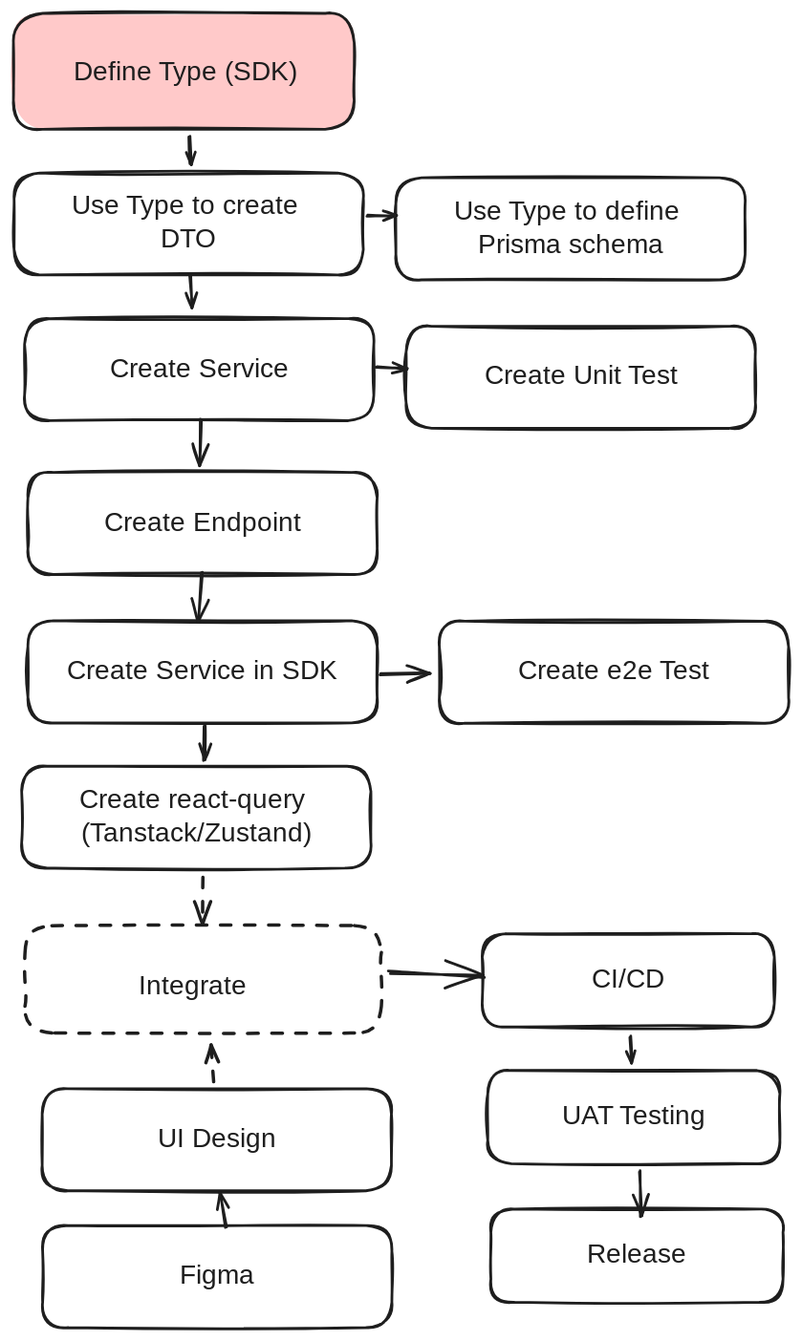
rumsan/libraries keeps this Excalidraw diagram as docs/diagrams/development.excalidraw.svg. Above is the earlier version. Source tidied: one line per element, renumbered; positions are measured from the earlier drawing's top-left corner, leaving out a move shared by most shapes.
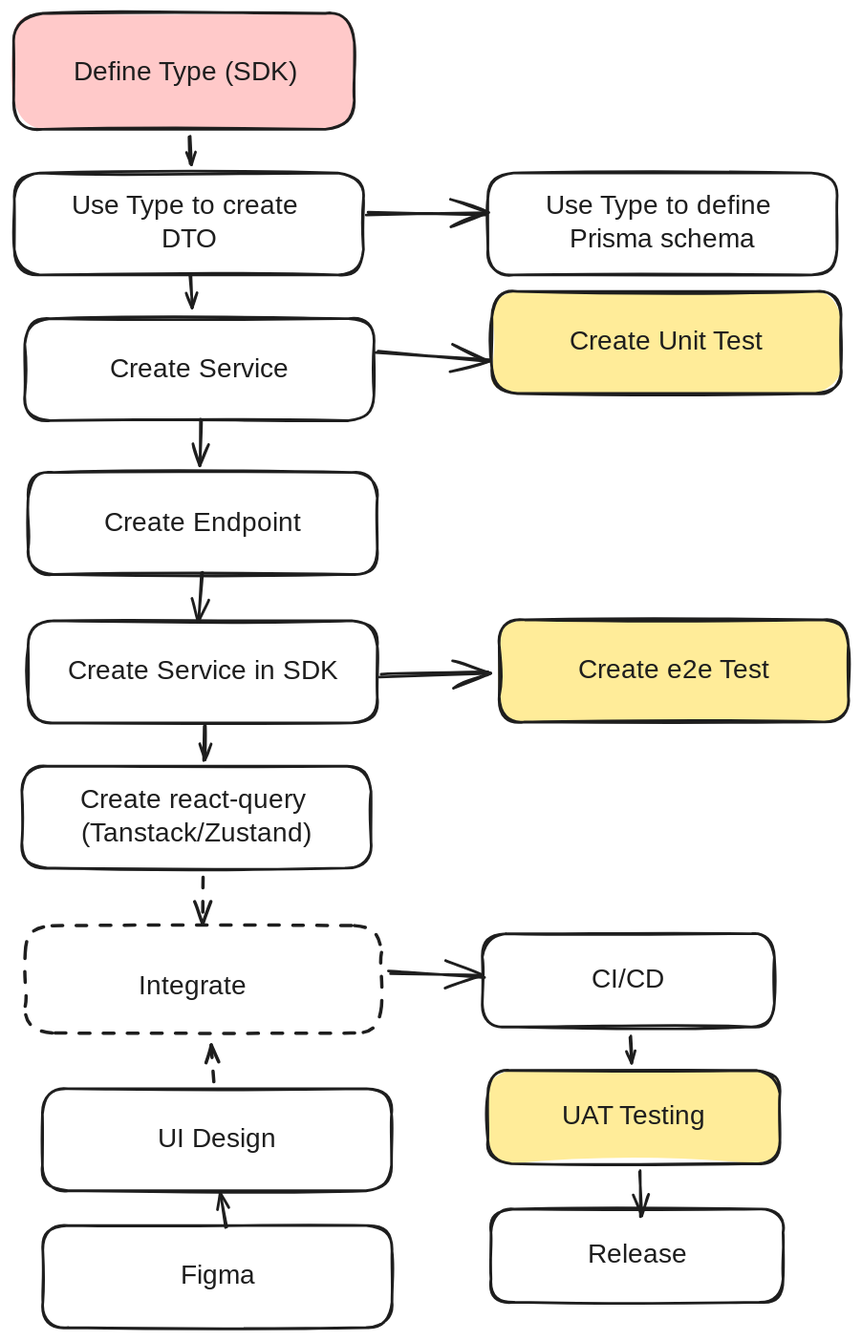
The same diagram one commit later.

Change to the diagram source:
```diff
@@ -4,14 +4,14 @@
 {"id": 3, "type": "text", "text": "Create Service", "strokeColor": "#1e1e1e", "strokeWidth": 2, "roughness": 1, "fontSize": 20, "fontFamily": 1, "textAlign": "center", "verticalAlign": "middle", "inside": 2, "x": 66, "y": 254, "width": 146, "height": 25}
 {"id": 4, "type": "rectangle", "strokeColor": "#1e1e1e", "strokeWidth": 2, "roughness": 1, "round": true, "x": 0, "y": 119, "width": 261, "height": 76}
 {"id": 5, "type": "text", "text": "Use Type to create \nDTO", "strokeColor": "#1e1e1e", "strokeWidth": 2, "roughness": 1, "fontSize": 20, "fontFamily": 1, "textAlign": "center", "verticalAlign": "middle", "inside": 4, "x": 26, "y": 133, "width": 210, "height": 50}
-{"id": 6, "type": "rectangle", "strokeColor": "#1e1e1e", "strokeWidth": 2, "roughness": 1, "round": true, "x": 286, "y": 123, "width": 261, "height": 76}
+{"id": 6, "type": "rectangle", "strokeColor": "#1e1e1e", "strokeWidth": 2, "roughness": 1, "round": true, "x": 354, "y": 119, "width": 261, "height": 76}
-{"id": 7, "type": "text", "text": "Use Type to define \nPrisma schema", "strokeColor": "#1e1e1e", "strokeWidth": 2, "roughness": 1, "fontSize": 20, "fontFamily": 1, "textAlign": "center", "verticalAlign": "middle", "inside": 6, "x": 316, "y": 136, "width": 201, "height": 50}
+{"id": 7, "type": "text", "text": "Use Type to define \nPrisma schema", "strokeColor": "#1e1e1e", "strokeWidth": 2, "roughness": 1, "fontSize": 20, "fontFamily": 1, "textAlign": "center", "verticalAlign": "middle", "inside": 6, "x": 384, "y": 133, "width": 201, "height": 50}
 {"id": 8, "type": "rectangle", "strokeColor": "#1e1e1e", "strokeWidth": 2, "roughness": 1, "round": true, "x": 11, "y": 343, "width": 261, "height": 76}
 {"id": 9, "type": "text", "text": "Create Endpoint", "strokeColor": "#1e1e1e", "strokeWidth": 2, "roughness": 1, "fontSize": 20, "fontFamily": 1, "textAlign": "center", "verticalAlign": "middle", "inside": 8, "x": 62, "y": 369, "width": 158, "height": 25}
-{"id": 10, "type": "rectangle", "strokeColor": "#1e1e1e", "strokeWidth": 2, "roughness": 1, "round": true, "x": 294, "y": 234, "width": 261, "height": 76}
+{"id": 10, "type": "rectangle", "strokeColor": "#1e1e1e", "backgroundColor": "#ffec99", "fillStyle": "solid", "strokeWidth": 2, "roughness": 1, "round": true, "x": 358, "y": 208, "width": 261, "height": 76}
-{"id": 11, "type": "text", "text": "Create Unit Test", "strokeColor": "#1e1e1e", "strokeWidth": 2, "roughness": 1, "fontSize": 20, "fontFamily": 1, "textAlign": "center", "verticalAlign": "middle", "inside": 10, "x": 336, "y": 260, "width": 176, "height": 25}
+{"id": 11, "type": "text", "text": "Create Unit Test", "strokeColor": "#1e1e1e", "strokeWidth": 2, "roughness": 1, "fontSize": 20, "fontFamily": 1, "textAlign": "center", "verticalAlign": "middle", "inside": 10, "x": 400, "y": 234, "width": 176, "height": 25}
-{"id": 12, "type": "rectangle", "strokeColor": "#1e1e1e", "strokeWidth": 2, "roughness": 1, "round": true, "x": 318, "y": 455, "width": 261, "height": 76}
+{"id": 12, "type": "rectangle", "strokeColor": "#1e1e1e", "backgroundColor": "#ffec99", "fillStyle": "solid", "strokeWidth": 2, "roughness": 1, "round": true, "x": 363, "y": 454, "width": 261, "height": 76}
-{"id": 13, "type": "text", "text": "Create e2e Test", "strokeColor": "#1e1e1e", "strokeWidth": 2, "roughness": 1, "fontSize": 20, "fontFamily": 1, "textAlign": "center", "verticalAlign": "middle", "inside": 12, "x": 362, "y": 480, "width": 173, "height": 25}
+{"id": 13, "type": "text", "text": "Create e2e Test", "strokeColor": "#1e1e1e", "strokeWidth": 2, "roughness": 1, "fontSize": 20, "fontFamily": 1, "textAlign": "center", "verticalAlign": "middle", "inside": 12, "x": 407, "y": 479, "width": 173, "height": 25}
 {"id": 14, "type": "rectangle", "strokeColor": "#1e1e1e", "strokeWidth": 2, "roughness": 1, "round": true, "x": 11, "y": 454, "width": 261, "height": 76}
 {"id": 15, "type": "text", "text": "Create Service in SDK", "strokeColor": "#1e1e1e", "strokeWidth": 2, "roughness": 1, "fontSize": 20, "fontFamily": 1, "textAlign": "center", "verticalAlign": "middle", "inside": 14, "x": 32, "y": 480, "width": 219, "height": 25}
 {"id": 16, "type": "rectangle", "strokeColor": "#1e1e1e", "strokeWidth": 2, "roughness": 1, "round": true, "x": 6, "y": 563, "width": 261, "height": 76}
@@ -26,16 +26,16 @@
 {"id": 25, "type": "arrow", "strokeColor": "#1e1e1e", "strokeWidth": 2, "roughness": 1, "endArrowhead": "arrow", "round": true, "to": 8, "x": 140, "y": 304, "width": 1, "height": 34, "points": [[0, 0], [-1, 34]]}
 {"id": 26, "type": "arrow", "strokeColor": "#1e1e1e", "strokeWidth": 2, "roughness": 1, "endArrowhead": "arrow", "round": true, "x": 141, "y": 418, "width": 2, "height": 37, "points": [[0, 0], [-2, 37]]}
 {"id": 27, "type": "arrow", "strokeColor": "#1e1e1e", "strokeWidth": 2, "roughness": 1, "endArrowhead": "arrow", "round": true, "from": 14, "to": 16, "x": 143, "y": 533, "width": 0, "height": 25, "points": [[0, 0], [0, 25]]}
-{"id": 28, "type": "arrow", "strokeColor": "#1e1e1e", "strokeWidth": 2, "roughness": 1, "endArrowhead": "arrow", "round": true, "from": 4, "to": 6, "x": 265, "y": 151, "width": 21, "height": 0, "points": [[0, 0], [21, 0]]}
+{"id": 28, "type": "arrow", "strokeColor": "#1e1e1e", "strokeWidth": 2, "roughness": 1, "endArrowhead": "arrow", "round": true, "from": 4, "to": 6, "x": 265, "y": 150, "width": 89, "height": 0, "points": [[0, 0], [89, 0]]}
-{"id": 29, "type": "arrow", "strokeColor": "#1e1e1e", "strokeWidth": 2, "roughness": 1, "endArrowhead": "arrow", "round": true, "from": 2, "x": 271, "y": 265, "width": 23, "height": 1, "points": [[0, 0], [23, 1]]}
+{"id": 29, "type": "arrow", "strokeColor": "#1e1e1e", "strokeWidth": 2, "roughness": 1, "endArrowhead": "arrow", "round": true, "from": 2, "to": 10, "x": 271, "y": 254, "width": 84, "height": 6, "points": [[0, 0], [84, 6]]}
-{"id": 30, "type": "arrow", "strokeColor": "#1e1e1e", "strokeWidth": 2, "roughness": 1, "endArrowhead": "arrow", "round": true, "from": 14, "to": 12, "x": 274, "y": 494, "width": 37, "height": 1, "points": [[0, 0], [37, -1]]}
+{"id": 30, "type": "arrow", "strokeColor": "#1e1e1e", "strokeWidth": 2, "roughness": 1, "endArrowhead": "arrow", "round": true, "from": 14, "to": 12, "x": 274, "y": 495, "width": 81, "height": 2, "points": [[0, 0], [81, -2]]}
 {"id": 31, "type": "rectangle", "strokeColor": "#1e1e1e", "strokeWidth": 2, "strokeStyle": "dashed", "roughness": 1, "round": true, "x": 9, "y": 682, "width": 266, "height": 80}
 {"id": 32, "type": "arrow", "strokeColor": "#1e1e1e", "strokeWidth": 2, "strokeStyle": "dashed", "roughness": 1, "endArrowhead": "arrow", "round": true, "from": 18, "to": 31, "x": 150, "y": 799, "width": 2, "height": 28, "points": [[0, 0], [-2, -28]]}
 {"id": 33, "type": "arrow", "strokeColor": "#1e1e1e", "strokeWidth": 2, "strokeStyle": "dashed", "roughness": 1, "endArrowhead": "arrow", "round": true, "from": 16, "to": 31, "x": 142, "y": 646, "width": 0, "height": 35, "points": [[0, 0], [0, 35]]}
 {"id": 34, "type": "text", "text": "Integrate", "strokeColor": "#1e1e1e", "strokeWidth": 2, "strokeStyle": "dashed", "roughness": 1, "fontSize": 20, "fontFamily": 1, "x": 94, "y": 716, "width": 97, "height": 25}
 {"id": 35, "type": "rectangle", "strokeColor": "#1e1e1e", "strokeWidth": 2, "roughness": 1, "round": true, "x": 350, "y": 688, "width": 218, "height": 70}
 {"id": 36, "type": "text", "text": "CI/CD", "strokeColor": "#1e1e1e", "strokeWidth": 2, "roughness": 1, "fontSize": 20, "fontFamily": 1, "textAlign": "center", "verticalAlign": "middle", "inside": 35, "x": 428, "y": 711, "width": 62, "height": 25}
-{"id": 37, "type": "rectangle", "strokeColor": "#1e1e1e", "strokeWidth": 2, "roughness": 1, "round": true, "x": 354, "y": 791, "width": 218, "height": 70}
+{"id": 37, "type": "rectangle", "strokeColor": "#1e1e1e", "backgroundColor": "#ffec99", "fillStyle": "solid", "strokeWidth": 2, "roughness": 1, "round": true, "x": 354, "y": 791, "width": 218, "height": 70}
 {"id": 38, "type": "text", "text": "UAT Testing", "strokeColor": "#1e1e1e", "strokeWidth": 2, "roughness": 1, "fontSize": 20, "fontFamily": 1, "textAlign": "center", "verticalAlign": "middle", "inside": 37, "x": 400, "y": 813, "width": 126, "height": 25}
 {"id": 39, "type": "rectangle", "strokeColor": "#1e1e1e", "strokeWidth": 2, "roughness": 1, "round": true, "x": 357, "y": 894, "width": 218, "height": 70}
 {"id": 40, "type": "text", "text": "Release", "strokeColor": "#1e1e1e", "strokeWidth": 2, "roughness": 1, "fontSize": 20, "fontFamily": 1, "textAlign": "center", "verticalAlign": "middle", "inside": 39, "x": 428, "y": 917, "width": 76, "height": 25}
```
